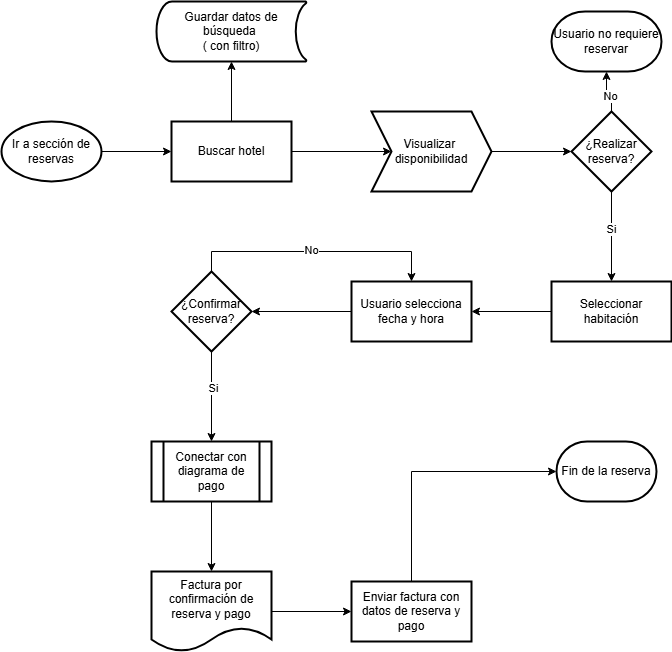
Before: Flujograma de reserva de habitación.drawio.png, a diagram exported from draw.io (DjGuetta/App-Hotel-Management). Source tidied: cells renumbered, new cells last; positions are measured from the earlier drawing's top-left corner, leaving out a move shared by most shapes.
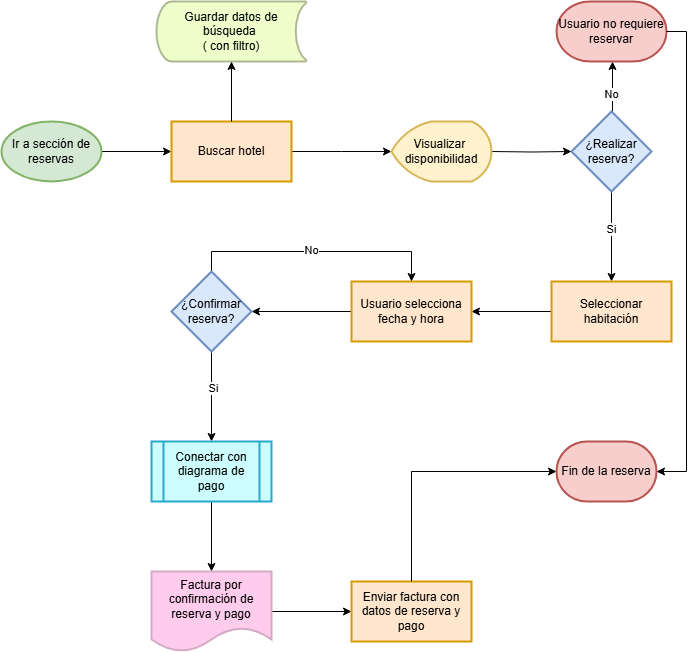
The same file after the commit.

Commit message:
Actualización de colores

Diff of the diagram source:
```diff
@@ -5,13 +5,15 @@
     <mxCell id="2" style="edgeStyle=orthogonalEdgeStyle;rounded=0;jettySize=auto;html=1;" parent="1" edge="1" source="3" target="5">
       <mxGeometry relative="1" as="geometry" />
     </mxCell>
-    <mxCell id="3" value="Ir a sección de reservas" style="strokeWidth=2;html=1;shape=mxgraph.flowchart.start_1;whiteSpace=wrap;" parent="1" vertex="1">
+    <mxCell id="3" value="Ir a sección de reservas" style="strokeWidth=2;html=1;shape=mxgraph.flowchart.start_1;whiteSpace=wrap;fillColor=#d5e8d4;strokeColor=#82b366;" parent="1" vertex="1">
       <mxGeometry y="120" width="100" height="60" as="geometry" />
     </mxCell>
-    <mxCell id="4" style="edgeStyle=orthogonalEdgeStyle;rounded=0;jettySize=auto;html=1;" parent="1" edge="1" source="5" target="19">
-      <mxGeometry relative="1" as="geometry" />
+    <mxCell id="4" style="edgeStyle=orthogonalEdgeStyle;rounded=0;jettySize=auto;html=1;" parent="1" edge="1" source="5">
+      <mxGeometry relative="1" as="geometry">
+        <mxPoint x="390" y="150" as="targetPoint" />
+      </mxGeometry>
     </mxCell>
-    <mxCell id="5" value="&lt;div style=&quot;text-align: start;&quot;&gt;&lt;span style=&quot;background-color: transparent; color: light-dark(rgb(0, 0, 0), rgb(255, 255, 255));&quot;&gt;Buscar hotel&lt;/span&gt;&lt;/div&gt;" style="whiteSpace=wrap;html=1;strokeWidth=2;" parent="1" vertex="1">
+    <mxCell id="5" value="&lt;div style=&quot;text-align: start;&quot;&gt;&lt;span style=&quot;background-color: transparent; color: light-dark(rgb(0, 0, 0), rgb(255, 255, 255));&quot;&gt;Buscar hotel&lt;/span&gt;&lt;/div&gt;" style="whiteSpace=wrap;html=1;strokeWidth=2;fillColor=#ffe6cc;strokeColor=#d79b00;" parent="1" vertex="1">
       <mxGeometry x="170" y="120" width="120" height="60" as="geometry" />
     </mxCell>
     <mxCell id="6" style="edgeStyle=orthogonalEdgeStyle;rounded=0;jettySize=auto;html=1;" parent="1" edge="1" source="10" target="12">
@@ -20,42 +22,44 @@
     <mxCell id="7" value="Si" style="edgeLabel;html=1;align=center;verticalAlign=middle;" parent="6" vertex="1">
       <mxGeometry x="-0.18" y="-1" relative="1" as="geometry" />
     </mxCell>
-    <mxCell id="8" style="edgeStyle=orthogonalEdgeStyle;rounded=0;jettySize=auto;html=1;" parent="1" edge="1" source="10" target="15">
-      <mxGeometry relative="1" as="geometry" />
+    <mxCell id="8" style="edgeStyle=orthogonalEdgeStyle;rounded=0;orthogonalLoop=1;jettySize=auto;html=1;" parent="1" edge="1">
+      <mxGeometry relative="1" as="geometry">
+        <mxPoint x="611" y="110" as="sourcePoint" />
+        <mxPoint x="611" y="60" as="targetPoint" />
+      </mxGeometry>
     </mxCell>
     <mxCell id="9" value="No" style="edgeLabel;html=1;align=center;verticalAlign=middle;" parent="8" vertex="1">
       <mxGeometry x="-0.3" y="2" relative="1" as="geometry" />
     </mxCell>
-    <mxCell id="10" value="¿Realizar reserva?" style="rhombus;whiteSpace=wrap;html=1;strokeWidth=2;" parent="1" vertex="1">
+    <mxCell id="10" value="¿Realizar reserva?" style="rhombus;whiteSpace=wrap;html=1;strokeWidth=2;fillColor=#dae8fc;strokeColor=#6c8ebf;" parent="1" vertex="1">
       <mxGeometry x="570" y="110" width="80" height="80" as="geometry" />
     </mxCell>
     <mxCell id="11" style="edgeStyle=orthogonalEdgeStyle;rounded=0;jettySize=auto;html=1;exitX=0;exitY=0.5;exitDx=0;exitDy=0;entryX=1;entryY=0.5;entryDx=0;entryDy=0;" parent="1" edge="1" source="12" target="17">
       <mxGeometry relative="1" as="geometry" />
     </mxCell>
-    <mxCell id="12" value="Seleccionar habitación" style="whiteSpace=wrap;html=1;strokeWidth=2;" parent="1" vertex="1">
+    <mxCell id="12" value="Seleccionar habitación" style="whiteSpace=wrap;html=1;strokeWidth=2;fillColor=#ffe6cc;strokeColor=#d79b00;" parent="1" vertex="1">
       <mxGeometry x="550" y="280" width="120" height="60" as="geometry" />
     </mxCell>
-    <mxCell id="13" value="Guardar datos de búsqueda&amp;nbsp;&lt;div&gt;( con filtro)&lt;/div&gt;" style="strokeWidth=2;html=1;shape=mxgraph.flowchart.stored_data;whiteSpace=wrap;" parent="1" vertex="1">
+    <mxCell id="13" value="Guardar datos de búsqueda&amp;nbsp;&lt;div&gt;( con filtro)&lt;/div&gt;" style="strokeWidth=2;html=1;shape=mxgraph.flowchart.stored_data;whiteSpace=wrap;fillColor=#EEFFCC;strokeColor=#AFB994;" parent="1" vertex="1">
       <mxGeometry x="155" width="150" height="60" as="geometry" />
     </mxCell>
     <mxCell id="14" style="edgeStyle=orthogonalEdgeStyle;rounded=0;jettySize=auto;html=1;entryX=0.5;entryY=1;entryDx=0;entryDy=0;entryPerimeter=0;" parent="1" edge="1" source="5" target="13">
       <mxGeometry relative="1" as="geometry" />
     </mxCell>
-    <mxCell id="15" value="Usuario no requiere reservar" style="strokeWidth=2;html=1;shape=mxgraph.flowchart.terminator;whiteSpace=wrap;" parent="1" vertex="1">
-      <mxGeometry x="550" y="10" width="110" height="60" as="geometry" />
+    <mxCell id="15" value="Usuario no requiere reservar" style="strokeWidth=2;html=1;shape=mxgraph.flowchart.terminator;whiteSpace=wrap;fillColor=#f8cecc;strokeColor=#b85450;" parent="1" vertex="1">
+      <mxGeometry x="555" width="110" height="60" as="geometry" />
     </mxCell>
     <mxCell id="16" style="edgeStyle=orthogonalEdgeStyle;rounded=0;jettySize=auto;html=1;" parent="1" edge="1" source="17" target="24">
       <mxGeometry relative="1" as="geometry" />
     </mxCell>
-    <mxCell id="17" value="Usuario selecciona fecha y hora" style="whiteSpace=wrap;html=1;strokeWidth=2;" parent="1" vertex="1">
+    <mxCell id="17" value="Usuario selecciona fecha y hora" style="whiteSpace=wrap;html=1;strokeWidth=2;fillColor=#ffe6cc;strokeColor=#d79b00;" parent="1" vertex="1">
       <mxGeometry x="350" y="280" width="120" height="60" as="geometry" />
     </mxCell>
-    <mxCell id="18" style="edgeStyle=orthogonalEdgeStyle;rounded=0;jettySize=auto;html=1;entryX=0;entryY=0.5;entryDx=0;entryDy=0;" parent="1" edge="1" source="19" target="10">
-      <mxGeometry relative="1" as="geometry" />
+    <mxCell id="18" style="edgeStyle=orthogonalEdgeStyle;rounded=0;jettySize=auto;html=1;entryX=0;entryY=0.5;entryDx=0;entryDy=0;" parent="1" edge="1" target="10">
+      <mxGeometry relative="1" as="geometry">
+        <mxPoint x="490" y="150" as="sourcePoint" />
+      </mxGeometry>
     </mxCell>
-    <mxCell id="19" value="Visualizar&amp;nbsp;&lt;div&gt;disponibilidad&lt;/div&gt;" style="shape=step;perimeter=stepPerimeter;whiteSpace=wrap;html=1;fixedSize=1;strokeWidth=2;align=center;" parent="1" vertex="1">
-      <mxGeometry x="370" y="110" width="120" height="80" as="geometry" />
-    </mxCell>
     <mxCell id="20" style="edgeStyle=orthogonalEdgeStyle;rounded=0;jettySize=auto;html=1;entryX=0.5;entryY=0;entryDx=0;entryDy=0;" parent="1" edge="1" source="24" target="17">
       <mxGeometry relative="1" as="geometry">
         <Array as="points">
@@ -73,29 +77,35 @@
     <mxCell id="23" value="Si" style="edgeLabel;html=1;align=center;verticalAlign=middle;" parent="22" vertex="1">
       <mxGeometry x="-0.2" y="1" relative="1" as="geometry" />
     </mxCell>
-    <mxCell id="24" value="¿Confirmar reserva?" style="rhombus;whiteSpace=wrap;html=1;strokeWidth=2;" parent="1" vertex="1">
+    <mxCell id="24" value="¿Confirmar reserva?" style="rhombus;whiteSpace=wrap;html=1;strokeWidth=2;fillColor=#dae8fc;strokeColor=#6c8ebf;" parent="1" vertex="1">
       <mxGeometry x="170" y="270" width="80" height="80" as="geometry" />
     </mxCell>
     <mxCell id="25" style="edgeStyle=orthogonalEdgeStyle;rounded=0;jettySize=auto;html=1;" parent="1" edge="1" source="26" target="29">
       <mxGeometry relative="1" as="geometry" />
     </mxCell>
-    <mxCell id="26" value="Conectar con diagrama de pago" style="shape=process;whiteSpace=wrap;html=1;backgroundOutline=1;strokeWidth=2;" parent="1" vertex="1">
+    <mxCell id="26" value="Conectar con diagrama de pago" style="shape=process;whiteSpace=wrap;html=1;backgroundOutline=1;strokeWidth=2;fillColor=#CCFEFF;strokeColor=#29A9CD;" parent="1" vertex="1">
       <mxGeometry x="150" y="440" width="120" height="60" as="geometry" />
     </mxCell>
-    <mxCell id="27" value="Fin de la reserva" style="strokeWidth=2;html=1;shape=mxgraph.flowchart.terminator;whiteSpace=wrap;" parent="1" vertex="1">
+    <mxCell id="27" value="Fin de la reserva" style="strokeWidth=2;html=1;shape=mxgraph.flowchart.terminator;whiteSpace=wrap;fillColor=#f8cecc;strokeColor=#b85450;" parent="1" vertex="1">
       <mxGeometry x="555" y="440" width="100" height="60" as="geometry" />
     </mxCell>
     <mxCell id="28" style="edgeStyle=orthogonalEdgeStyle;rounded=0;jettySize=auto;html=1;" parent="1" edge="1" source="29" target="30">
       <mxGeometry relative="1" as="geometry" />
     </mxCell>
-    <mxCell id="29" value="Factura por confirmación de reserva y pago" style="shape=document;whiteSpace=wrap;html=1;boundedLbl=1;strokeWidth=2;" parent="1" vertex="1">
+    <mxCell id="29" value="Factura por confirmación de reserva y pago" style="shape=document;whiteSpace=wrap;html=1;boundedLbl=1;strokeWidth=2;fillColor=#FFCCEE;strokeColor=#D5AAC5;" parent="1" vertex="1">
       <mxGeometry x="150" y="570" width="120" height="80" as="geometry" />
     </mxCell>
-    <mxCell id="30" value="Enviar factura con datos de reserva y pago" style="whiteSpace=wrap;html=1;strokeWidth=2;" parent="1" vertex="1">
+    <mxCell id="30" value="Enviar factura con datos de reserva y pago" style="whiteSpace=wrap;html=1;strokeWidth=2;fillColor=#ffe6cc;strokeColor=#d79b00;" parent="1" vertex="1">
       <mxGeometry x="350" y="580" width="120" height="60" as="geometry" />
     </mxCell>
     <mxCell id="31" style="edgeStyle=orthogonalEdgeStyle;rounded=0;jettySize=auto;html=1;exitX=0.5;exitY=0;exitDx=0;exitDy=0;entryX=0;entryY=0.5;entryDx=0;entryDy=0;entryPerimeter=0;" parent="1" edge="1" source="30" target="27">
       <mxGeometry relative="1" as="geometry" />
     </mxCell>
+    <mxCell id="19" value="Visualizar&amp;nbsp;&lt;div&gt;disponibilidad&lt;/div&gt;" style="strokeWidth=2;html=1;shape=mxgraph.flowchart.display;whiteSpace=wrap;fillColor=#fff2cc;strokeColor=#d6b656;" parent="1" vertex="1">
+      <mxGeometry x="390" y="120" width="100" height="60" as="geometry" />
+    </mxCell>
+    <mxCell id="32" style="edgeStyle=orthogonalEdgeStyle;rounded=0;jettySize=auto;html=1;exitX=1;exitY=0.5;exitDx=0;exitDy=0;exitPerimeter=0;entryX=1;entryY=0.5;entryDx=0;entryDy=0;entryPerimeter=0;" parent="1" edge="1" source="15" target="27">
+      <mxGeometry relative="1" as="geometry" />
+    </mxCell>
   </root>
 </mxGraphModel>
```
